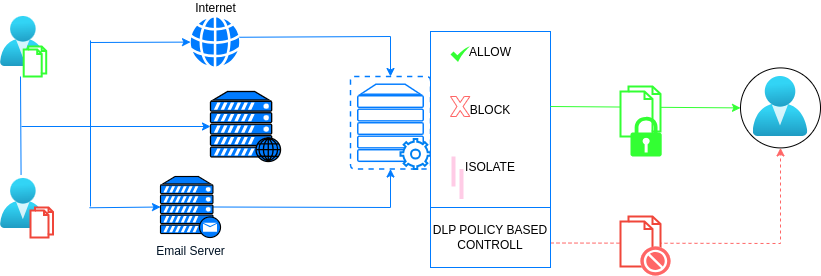
Before: public/images/overview/dlpmain.drawio.png, a diagram exported from draw.io (Amanuel-Mekashaw/den_web). Source tidied: cells renumbered, new cells last; positions are measured from the earlier drawing's top-left corner, leaving out a move shared by most shapes. Source of this version:
```xml
<mxGraphModel>
  <root>
    <mxCell id="0" />
    <mxCell id="1" parent="0" />
    <mxCell id="2" style="image;html=1;align=center;fontSize=12;image=img/lib/azure2/identity/Users.svg;" parent="1" vertex="1">
      <mxGeometry width="45.7" height="50" as="geometry" />
    </mxCell>
    <mxCell id="3" style="html=1;verticalLabelPosition=bottom;align=center;labelBackgroundColor=#ffffff;verticalAlign=top;strokeWidth=2;strokeColor=#33FF33;shadow=0;dashed=0;shape=mxgraph.ios7.icons.documents;" parent="1" vertex="1">
      <mxGeometry x="23.2" y="30" width="22.5" height="30" as="geometry" />
    </mxCell>
    <mxCell id="4" style="image;html=1;points=[];align=center;fontSize=12;image=img/lib/azure2/identity/Users.svg;" parent="1" vertex="1">
      <mxGeometry y="162" width="45.7" height="50" as="geometry" />
    </mxCell>
    <mxCell id="5" style="html=1;verticalLabelPosition=bottom;align=center;labelBackgroundColor=#ffffff;verticalAlign=top;strokeWidth=2;strokeColor=#F0463A;shadow=0;dashed=0;shape=mxgraph.ios7.icons.documents;" parent="1" vertex="1">
      <mxGeometry x="30" y="191" width="22.5" height="30" as="geometry" />
    </mxCell>
    <mxCell id="6" style="endArrow=none;html=1;rounded=0;strokeColor=#007bff;startSize=11;endSize=11;jumpSize=11;flowAnimation=0;exitX=0.45;exitY=-0.071;exitDx=0;exitDy=0;exitPerimeter=0;" parent="1" edge="1" source="4">
      <mxGeometry relative="1" as="geometry">
        <mxPoint x="20" y="60" as="targetPoint" />
      </mxGeometry>
    </mxCell>
    <mxCell id="7" style="endArrow=classic;html=1;rounded=0;strokeColor=#007bff;exitX=0.88;exitY=0.5;exitDx=0;exitDy=0;exitPerimeter=0;entryX=0.5;entryY=1;entryDx=0;entryDy=0;entryPerimeter=0;" parent="1" edge="1" source="11" target="14">
      <mxGeometry relative="1" as="geometry">
        <Array as="points">
          <mxPoint x="390" y="191" />
        </Array>
      </mxGeometry>
    </mxCell>
    <mxCell id="8" style="endArrow=classic;html=1;rounded=0;strokeColor=#007bff;entryX=0.5;entryY=0;entryDx=0;entryDy=0;entryPerimeter=0;" parent="1" edge="1" target="14">
      <mxGeometry relative="1" as="geometry">
        <mxPoint x="239" y="20.7" as="sourcePoint" />
        <Array as="points">
          <mxPoint x="390" y="20" />
        </Array>
      </mxGeometry>
    </mxCell>
    <mxCell id="9" style="endArrow=classic;html=1;rounded=0;strokeColor=#007bff;entryX=0;entryY=0.5;entryDx=0;entryDy=0;entryPerimeter=0;" parent="1" edge="1" target="11">
      <mxGeometry relative="1" as="geometry">
        <mxPoint x="89" y="191.3" as="sourcePoint" />
      </mxGeometry>
    </mxCell>
    <mxCell id="10" style="endArrow=none;html=1;rounded=0;strokeColor=#007bff;" parent="1" edge="1">
      <mxGeometry relative="1" as="geometry">
        <mxPoint x="90" y="190" as="sourcePoint" />
        <mxPoint x="90" y="24" as="targetPoint" />
      </mxGeometry>
    </mxCell>
    <mxCell id="11" value="Email Server" style="fontColor=#001224;verticalAlign=top;verticalLabelPosition=bottom;labelPosition=center;align=center;html=1;outlineConnect=0;fillColor=#007bff;strokeColor=default;gradientColor=none;gradientDirection=north;strokeWidth=2;shape=mxgraph.networks.mail_server;" parent="1" vertex="1">
      <mxGeometry x="160" y="160" width="60" height="61" as="geometry" />
    </mxCell>
    <mxCell id="12" style="endArrow=classic;html=1;rounded=0;strokeColor=#007bff;" parent="1" edge="1" target="13">
      <mxGeometry relative="1" as="geometry">
        <mxPoint x="90" y="26" as="sourcePoint" />
      </mxGeometry>
    </mxCell>
    <mxCell id="13" value="Internet" style="sketch=0;shadow=0;dashed=0;html=1;strokeColor=none;fillColor=#007bff;labelPosition=center;verticalLabelPosition=top;verticalAlign=bottom;outlineConnect=0;align=center;shape=mxgraph.office.concepts.globe_internet;horizontal=1;" parent="1" vertex="1">
      <mxGeometry x="190" y="1" width="49" height="49" as="geometry" />
    </mxCell>
    <mxCell id="14" style="verticalAlign=top;verticalLabelPosition=bottom;labelPosition=center;align=center;html=1;outlineConnect=0;gradientDirection=north;strokeWidth=2;shape=mxgraph.networks.virtual_server;fillColor=none;strokeColor=#007bff;" parent="1" vertex="1">
      <mxGeometry x="350" y="60" width="80" height="92.5" as="geometry" />
    </mxCell>
    <mxCell id="15" style="fontColor=#0066CC;verticalAlign=top;verticalLabelPosition=bottom;labelPosition=center;align=center;html=1;outlineConnect=0;fillColor=#007bff;strokeColor=default;gradientColor=none;gradientDirection=north;strokeWidth=2;shape=mxgraph.networks.web_server;" parent="1" vertex="1">
      <mxGeometry x="210" y="75" width="70" height="70" as="geometry" />
    </mxCell>
    <mxCell id="16" style="html=1;verticalLabelPosition=bottom;align=center;labelBackgroundColor=#ffffff;verticalAlign=top;strokeWidth=2;strokeColor=#0080F0;shadow=0;dashed=0;shape=mxgraph.ios7.icons.settings;" parent="1" vertex="1">
      <mxGeometry x="400" y="122.5" width="30" height="30" as="geometry" />
    </mxCell>
    <mxCell id="17" style="endArrow=classic;html=1;rounded=0;entryX=0;entryY=0.5;entryDx=0;entryDy=0;entryPerimeter=0;strokeColor=#007bff;" parent="1" edge="1" target="15">
      <mxGeometry relative="1" as="geometry">
        <mxPoint x="21" y="110" as="sourcePoint" />
      </mxGeometry>
    </mxCell>
    <mxCell id="18" value="ALLOW&lt;div&gt;&lt;br&gt;&lt;/div&gt;&lt;div&gt;&lt;br&gt;&lt;/div&gt;&lt;div&gt;&lt;br&gt;&lt;/div&gt;&lt;div&gt;BLOCK&lt;/div&gt;&lt;div&gt;&lt;br&gt;&lt;/div&gt;&lt;div&gt;&lt;br&gt;&lt;/div&gt;&lt;div&gt;&lt;br&gt;&lt;/div&gt;&lt;div&gt;ISOLATE&lt;/div&gt;&lt;div&gt;&lt;br&gt;&lt;/div&gt;&lt;div&gt;&lt;br&gt;&lt;/div&gt;" style="whiteSpace=wrap;html=1;verticalAlign=middle;spacingBottom=0;strokeColor=#007bff;" parent="1" vertex="1">
      <mxGeometry x="430" y="15" width="120" height="185" as="geometry" />
    </mxCell>
    <mxCell id="19" style="sketch=0;html=1;strokeColor=none;shadow=0;fillColor=#33FF33;verticalAlign=top;labelPosition=center;verticalLabelPosition=bottom;shape=mxgraph.gcp2.check;" parent="1" vertex="1">
      <mxGeometry x="450" y="30" width="19.4" height="15.5" as="geometry" />
    </mxCell>
    <mxCell id="20" style="verticalLabelPosition=bottom;verticalAlign=top;html=1;shape=mxgraph.basic.x;strokeColor=#FF6666;" parent="1" vertex="1">
      <mxGeometry x="450" y="80" width="19.4" height="20" as="geometry" />
    </mxCell>
    <mxCell id="21" style="edgeStyle=orthogonalEdgeStyle;rounded=0;jettySize=auto;html=1;entryX=0.5;entryY=1;entryDx=0;entryDy=0;dashed=1;strokeColor=#FF6666;" parent="1" edge="1" target="23">
      <mxGeometry relative="1" as="geometry">
        <mxPoint x="550" y="226.5" as="sourcePoint" />
      </mxGeometry>
    </mxCell>
    <mxCell id="22" value="DLP POLICY BASED CONTROLL" style="whiteSpace=wrap;html=1;strokeColor=#007bff;" parent="1" vertex="1">
      <mxGeometry x="430" y="191" width="120" height="60" as="geometry" />
    </mxCell>
    <mxCell id="23" style="ellipse;whiteSpace=wrap;html=1;" parent="1" vertex="1">
      <mxGeometry x="740" y="51.4" width="80" height="80" as="geometry" />
    </mxCell>
    <mxCell id="24" style="image;html=1;align=center;fontSize=12;image=img/lib/azure2/identity/Users.svg;" parent="1" vertex="1">
      <mxGeometry x="752.6" y="60" width="54.9" height="60" as="geometry" />
    </mxCell>
    <mxCell id="25" style="endArrow=classic;html=1;rounded=0;entryX=0;entryY=0.5;entryDx=0;entryDy=0;strokeColor=#33FF33;" parent="1" edge="1" target="23">
      <mxGeometry relative="1" as="geometry">
        <mxPoint x="550" y="90" as="sourcePoint" />
      </mxGeometry>
    </mxCell>
    <mxCell id="26" style="html=1;verticalLabelPosition=bottom;align=center;labelBackgroundColor=#ffffff;verticalAlign=top;strokeWidth=2;strokeColor=#33FF33;shadow=0;dashed=0;shape=mxgraph.ios7.icons.documents;" parent="1" vertex="1">
      <mxGeometry x="620" y="70" width="40" height="50" as="geometry" />
    </mxCell>
    <mxCell id="27" style="sketch=0;shadow=0;dashed=0;html=1;strokeColor=none;labelPosition=center;verticalLabelPosition=bottom;verticalAlign=top;align=center;fillColor=#33FF33;shape=mxgraph.mscae.enterprise.lock;" parent="1" vertex="1">
      <mxGeometry x="630" y="100" width="31.2" height="40" as="geometry" />
    </mxCell>
    <mxCell id="28" style="html=1;verticalLabelPosition=bottom;align=center;labelBackgroundColor=#ffffff;verticalAlign=top;strokeWidth=2;strokeColor=#F0463A;shadow=0;dashed=0;shape=mxgraph.ios7.icons.documents;" parent="1" vertex="1">
      <mxGeometry x="620" y="200" width="40" height="50" as="geometry" />
    </mxCell>
    <mxCell id="29" style="fillColor=#FF6666;verticalLabelPosition=bottom;sketch=0;html=1;strokeColor=#ffffff;verticalAlign=top;align=center;shape=mxgraph.cisco_safe.compositeIcon;bgIcon=ellipse;resIcon=mxgraph.cisco_safe.capability.block;" parent="1" vertex="1">
      <mxGeometry x="640" y="230" width="30" height="29" as="geometry" />
    </mxCell>
    <mxCell id="30" style="line;strokeWidth=4;direction=south;html=1;perimeter=backbonePerimeter;strokeColor=#FFCCE6;" parent="1" vertex="1">
      <mxGeometry x="448" y="140" width="10" height="30" as="geometry" />
    </mxCell>
    <mxCell id="31" style="line;strokeWidth=4;direction=south;html=1;perimeter=backbonePerimeter;strokeColor=#FFCCE6;" parent="1" vertex="1">
      <mxGeometry x="456" y="152.5" width="10" height="30" as="geometry" />
    </mxCell>
  </root>
</mxGraphModel>
```
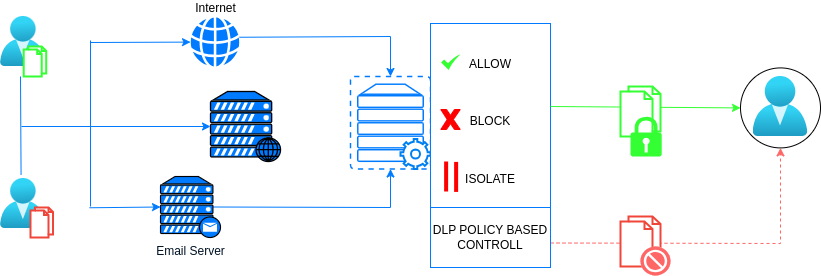
Later version of the same file.

Change to the diagram source:
```diff
@@ -70,14 +70,14 @@
         <mxPoint x="21" y="110" as="sourcePoint" />
       </mxGeometry>
     </mxCell>
-    <mxCell id="18" value="ALLOW&lt;div&gt;&lt;br&gt;&lt;/div&gt;&lt;div&gt;&lt;br&gt;&lt;/div&gt;&lt;div&gt;&lt;br&gt;&lt;/div&gt;&lt;div&gt;BLOCK&lt;/div&gt;&lt;div&gt;&lt;br&gt;&lt;/div&gt;&lt;div&gt;&lt;br&gt;&lt;/div&gt;&lt;div&gt;&lt;br&gt;&lt;/div&gt;&lt;div&gt;ISOLATE&lt;/div&gt;&lt;div&gt;&lt;br&gt;&lt;/div&gt;&lt;div&gt;&lt;br&gt;&lt;/div&gt;" style="whiteSpace=wrap;html=1;verticalAlign=middle;spacingBottom=0;strokeColor=#007bff;" parent="1" vertex="1">
-      <mxGeometry x="430" y="15" width="120" height="185" as="geometry" />
+    <mxCell id="18" value="&lt;div&gt;&lt;br&gt;&lt;/div&gt;&lt;div&gt;&lt;br&gt;&lt;/div&gt;ALLOW&lt;div&gt;&lt;br&gt;&lt;/div&gt;&lt;div&gt;&lt;br&gt;&lt;/div&gt;&lt;div&gt;&lt;br&gt;&lt;/div&gt;&lt;div&gt;BLOCK&lt;/div&gt;&lt;div&gt;&lt;br&gt;&lt;/div&gt;&lt;div&gt;&lt;br&gt;&lt;/div&gt;&lt;div&gt;&lt;br&gt;&lt;/div&gt;&lt;div&gt;ISOLATE&lt;/div&gt;" style="whiteSpace=wrap;html=1;verticalAlign=top;spacingBottom=0;strokeColor=#007bff;align=center;labelPosition=center;verticalLabelPosition=middle;spacing=0;horizontal=1;" parent="1" vertex="1">
+      <mxGeometry x="430" y="7" width="120" height="185" as="geometry" />
     </mxCell>
     <mxCell id="19" style="sketch=0;html=1;strokeColor=none;shadow=0;fillColor=#33FF33;verticalAlign=top;labelPosition=center;verticalLabelPosition=bottom;shape=mxgraph.gcp2.check;" parent="1" vertex="1">
-      <mxGeometry x="450" y="30" width="19.4" height="15.5" as="geometry" />
+      <mxGeometry x="440.6" y="38" width="19.4" height="15.5" as="geometry" />
     </mxCell>
-    <mxCell id="20" style="verticalLabelPosition=bottom;verticalAlign=top;html=1;shape=mxgraph.basic.x;strokeColor=#FF6666;" parent="1" vertex="1">
-      <mxGeometry x="450" y="80" width="19.4" height="20" as="geometry" />
+    <mxCell id="20" style="verticalLabelPosition=bottom;verticalAlign=top;html=1;shape=mxgraph.basic.x;strokeColor=#FF0000;fillColor=#FF0000;" parent="1" vertex="1">
+      <mxGeometry x="440.3" y="93" width="19.4" height="20" as="geometry" />
     </mxCell>
     <mxCell id="21" style="edgeStyle=orthogonalEdgeStyle;rounded=0;jettySize=auto;html=1;entryX=0.5;entryY=1;entryDx=0;entryDy=0;dashed=1;strokeColor=#FF6666;" parent="1" edge="1" target="23">
       <mxGeometry relative="1" as="geometry">
@@ -110,11 +110,11 @@
     <mxCell id="29" style="fillColor=#FF6666;verticalLabelPosition=bottom;sketch=0;html=1;strokeColor=#ffffff;verticalAlign=top;align=center;shape=mxgraph.cisco_safe.compositeIcon;bgIcon=ellipse;resIcon=mxgraph.cisco_safe.capability.block;" parent="1" vertex="1">
       <mxGeometry x="640" y="230" width="30" height="29" as="geometry" />
     </mxCell>
-    <mxCell id="30" style="line;strokeWidth=4;direction=south;html=1;perimeter=backbonePerimeter;strokeColor=#FFCCE6;" parent="1" vertex="1">
-      <mxGeometry x="448" y="140" width="10" height="30" as="geometry" />
+    <mxCell id="30" style="line;strokeWidth=4;direction=south;html=1;perimeter=backbonePerimeter;strokeColor=#FF0000;fillColor=#FF0000;" parent="1" vertex="1">
+      <mxGeometry x="440.6" y="145" width="10" height="30" as="geometry" />
     </mxCell>
-    <mxCell id="31" style="line;strokeWidth=4;direction=south;html=1;perimeter=backbonePerimeter;strokeColor=#FFCCE6;" parent="1" vertex="1">
-      <mxGeometry x="456" y="152.5" width="10" height="30" as="geometry" />
+    <mxCell id="31" style="line;strokeWidth=4;direction=south;html=1;perimeter=backbonePerimeter;strokeColor=#FF0000;" parent="1" vertex="1">
+      <mxGeometry x="450.6" y="145.4" width="10" height="30" as="geometry" />
     </mxCell>
   </root>
 </mxGraphModel>
```
